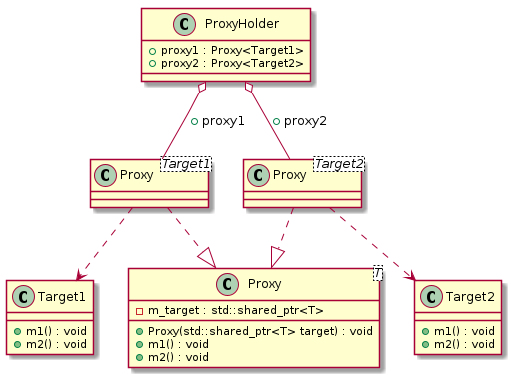
Earlier version of the PlantUML export docs/test_cases/t00025_class.png (bkryza/clang-uml).
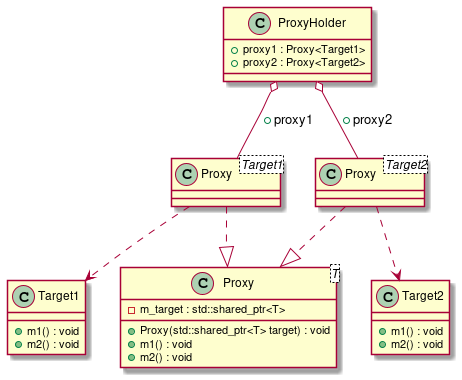
After the commit.

Change to the diagram source:
```diff
@@ -1,48 +1,48 @@
 @startuml
-class "Target1" as C_0000000307
+class "Target1" as C_0000000379
 
-class "Target2" as C_0000000309
+class "Target2" as C_0000000381
 
-class "Proxy<T>" as C_0000000311
+class "Proxy<T>" as C_0000000383
 
-class "Proxy<Target1>" as C_0000000314
+class "Proxy<Target1>" as C_0000000388
 
-class "Proxy<Target2>" as C_0000000315
+class "Proxy<Target2>" as C_0000000389
 
-class "ProxyHolder" as C_0000000313
+class "ProxyHolder" as C_0000000387
 
-class C_0000000307 {
+class C_0000000379 {
 +m1() : void
 +m2() : void
 }
 
-class C_0000000309 {
+class C_0000000381 {
 +m1() : void
 +m2() : void
 }
 
-class C_0000000311 {
+class C_0000000383 {
 +Proxy(std::shared_ptr<T> target) : void
 +m1() : void
 +m2() : void
 -m_target : std::shared_ptr<T>
 }
 
-class C_0000000314 {
+class C_0000000388 {
 }
-C_0000000314 ..> C_0000000307
-C_0000000314 ..|> C_0000000311
+C_0000000388 ..> C_0000000379
+C_0000000388 ..|> C_0000000383
 
-class C_0000000315 {
+class C_0000000389 {
 }
-C_0000000315 ..> C_0000000309
-C_0000000315 ..|> C_0000000311
+C_0000000389 ..> C_0000000381
+C_0000000389 ..|> C_0000000383
 
-class C_0000000313 {
+class C_0000000387 {
 +proxy1 : Proxy<Target1>
 +proxy2 : Proxy<Target2>
 }
-C_0000000313 o-- C_0000000314 : +proxy1
-C_0000000313 o-- C_0000000315 : +proxy2
+C_0000000387 o-- C_0000000388 : +proxy1
+C_0000000387 o-- C_0000000389 : +proxy2
 
 @enduml
```
